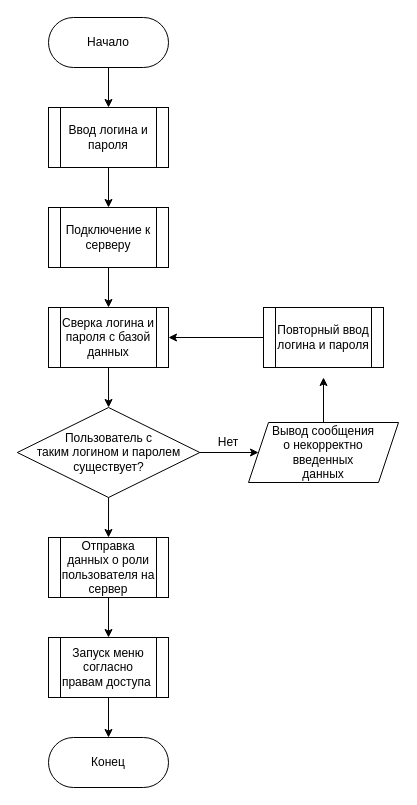
Above: Diagrams/алгоритм_авторизации.drawio in AndreyNeveikov/ProgSP_course_project (draw.io), before the change. Source tidied: cells renumbered, new cells numbered last; positions are measured from the earlier drawing's top-left corner, leaving out a move shared by most shapes. Both pictures are drawn from the tidied source at 100%, with x=0, y=0 at pixel (17, 17).
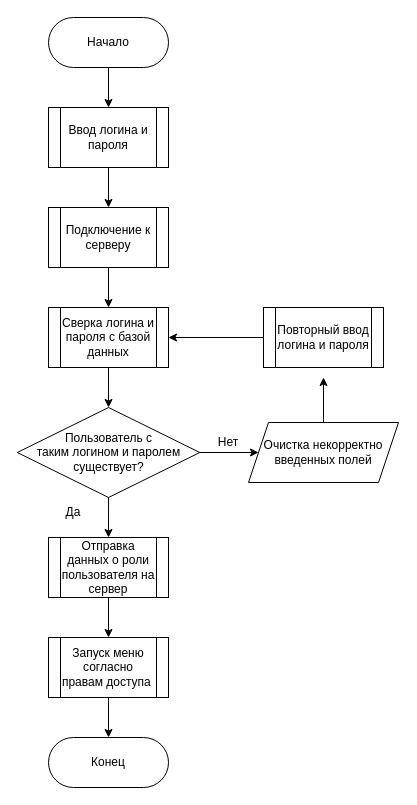
The same page after the edit.

What changed in the source:
```diff
@@
-    <mxCell id="12" value="Вывод сообщения&lt;br&gt;о некорректно &lt;br&gt;введенных&lt;br&gt;данных" style="shape=parallelogram;perimeter=parallelogramPerimeter;whiteSpace=wrap;html=1;fixedSize=1;" parent="1" vertex="1">
+    <mxCell id="12" value="Очистка некорректно введенных полей" style="shape=parallelogram;perimeter=parallelogramPerimeter;whiteSpace=wrap;html=1;fixedSize=1;" parent="1" vertex="1">
       <mxGeometry x="231" y="405" width="150" height="60" as="geometry" />
     </mxCell>
@@
+    <mxCell id="24" value="Да" style="text;html=1;strokeColor=none;fillColor=none;align=center;verticalAlign=middle;whiteSpace=wrap;rounded=0;" parent="1" vertex="1">
+      <mxGeometry x="26" y="480" width="60" height="30" as="geometry" />
+    </mxCell>
```
